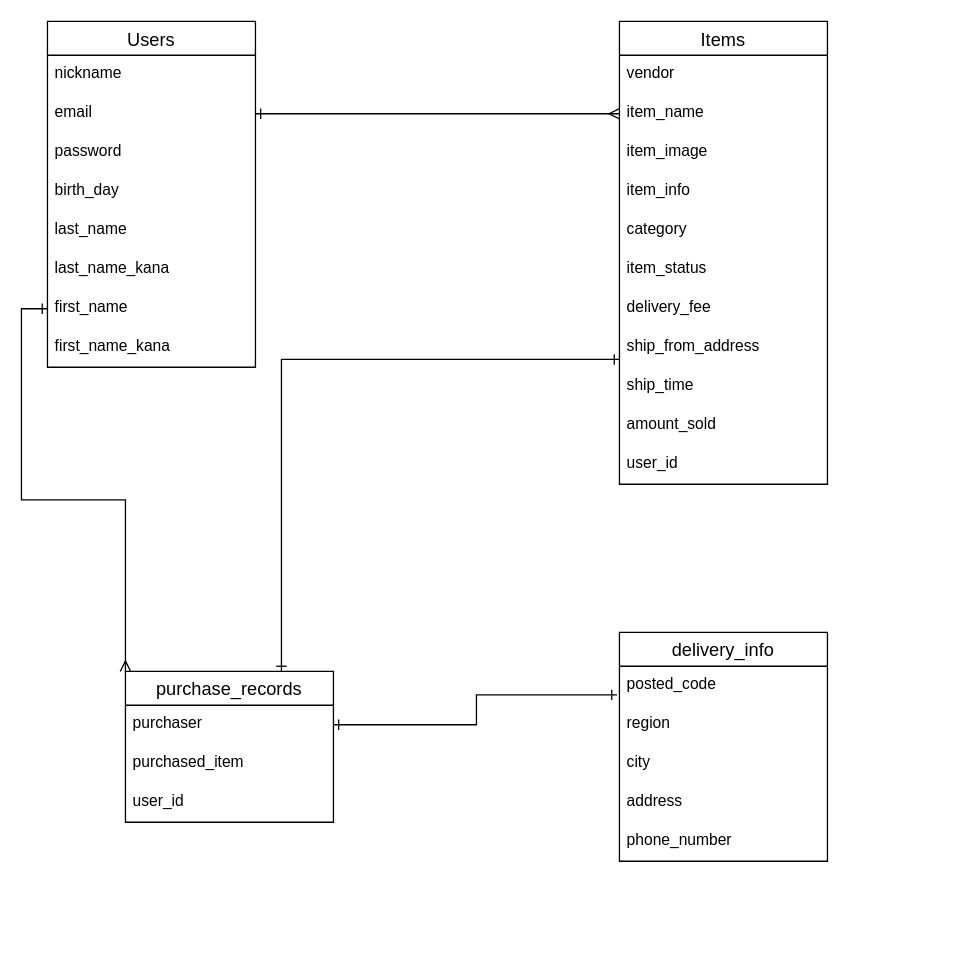
Before: test.dio in Shota-Kammera/furima-11111, a draw.io diagram. Source tidied: cells renumbered, new cells numbered last; positions are measured from the earlier drawing's top-left corner, leaving out a move shared by most shapes. Both pictures are drawn from the tidied source at 130%, with x=0, y=0 at pixel (47, 21).
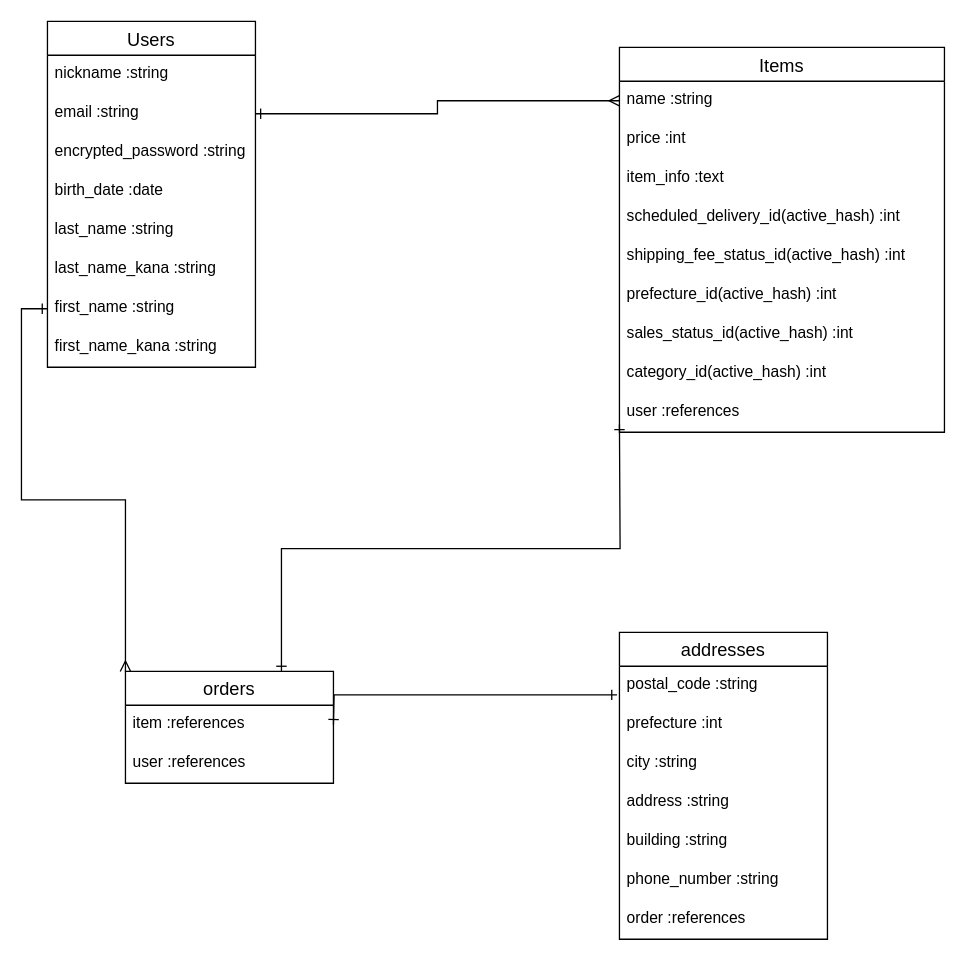
After the change.

Unchanged cells that the change refers to:
```xml
<mxCell id="2" value="Users" style="swimlane;fontStyle=0;horizontal=1;startSize=26;align=center;fontSize=14;" parent="1" vertex="1">
  <mxGeometry width="160" height="266" as="geometry" />
</mxCell>
```

Diff of the diagram source:
```diff
@@
-    <mxCell id="3" value="nickname" style="text;strokeColor=none;fillColor=none;spacingLeft=4;spacingRight=4;overflow=hidden;fontSize=12;" parent="2" vertex="1">
+    <mxCell id="3" value="nickname :string" style="text;strokeColor=none;fillColor=none;spacingLeft=4;spacingRight=4;overflow=hidden;fontSize=12;" parent="2" vertex="1">
       <mxGeometry y="26" width="160" height="30" as="geometry" />
     </mxCell>
-    <mxCell id="4" value="email" style="text;strokeColor=none;fillColor=none;spacingLeft=4;spacingRight=4;overflow=hidden;points=[[0,0.5],[1,0.5]];portConstraint=eastwest;fontSize=12;" parent="2" vertex="1">
+    <mxCell id="4" value="email :string" style="text;strokeColor=none;fillColor=none;spacingLeft=4;spacingRight=4;overflow=hidden;points=[[0,0.5],[1,0.5]];portConstraint=eastwest;fontSize=12;" parent="2" vertex="1">
       <mxGeometry y="56" width="160" height="30" as="geometry" />
     </mxCell>
-    <mxCell id="5" value="password" style="text;strokeColor=none;fillColor=none;spacingLeft=4;spacingRight=4;overflow=hidden;fontSize=12;" parent="2" vertex="1">
+    <mxCell id="5" value="encrypted_password :string" style="text;strokeColor=none;fillColor=none;spacingLeft=4;spacingRight=4;overflow=hidden;fontSize=12;" parent="2" vertex="1">
       <mxGeometry y="86" width="160" height="30" as="geometry" />
     </mxCell>
-    <mxCell id="6" value="birth_day&#10;" style="text;strokeColor=none;fillColor=none;spacingLeft=4;spacingRight=4;overflow=hidden;fontSize=12;" parent="2" vertex="1">
+    <mxCell id="6" value="birth_date :date&#10;" style="text;strokeColor=none;fillColor=none;spacingLeft=4;spacingRight=4;overflow=hidden;fontSize=12;" parent="2" vertex="1">
       <mxGeometry y="116" width="160" height="30" as="geometry" />
     </mxCell>
-    <mxCell id="7" value="last_name" style="text;strokeColor=none;fillColor=none;spacingLeft=4;spacingRight=4;overflow=hidden;fontSize=12;" parent="2" vertex="1">
+    <mxCell id="7" value="last_name :string" style="text;strokeColor=none;fillColor=none;spacingLeft=4;spacingRight=4;overflow=hidden;fontSize=12;" parent="2" vertex="1">
       <mxGeometry y="146" width="160" height="30" as="geometry" />
     </mxCell>
-    <mxCell id="8" value="last_name_kana" style="text;strokeColor=none;fillColor=none;spacingLeft=4;spacingRight=4;overflow=hidden;fontSize=12;" parent="2" vertex="1">
+    <mxCell id="8" value="last_name_kana :string" style="text;strokeColor=none;fillColor=none;spacingLeft=4;spacingRight=4;overflow=hidden;fontSize=12;" parent="2" vertex="1">
       <mxGeometry y="176" width="160" height="30" as="geometry" />
     </mxCell>
-    <mxCell id="9" value="first_name&#10;" style="text;strokeColor=none;fillColor=none;spacingLeft=4;spacingRight=4;overflow=hidden;points=[[0,0.5],[1,0.5]];portConstraint=eastwest;fontSize=12;" parent="2" vertex="1">
+    <mxCell id="9" value="first_name :string&#10;" style="text;strokeColor=none;fillColor=none;spacingLeft=4;spacingRight=4;overflow=hidden;points=[[0,0.5],[1,0.5]];portConstraint=eastwest;fontSize=12;" parent="2" vertex="1">
       <mxGeometry y="206" width="160" height="30" as="geometry" />
     </mxCell>
-    <mxCell id="10" value="first_name_kana&#10;&#10;" style="text;strokeColor=none;fillColor=none;spacingLeft=4;spacingRight=4;overflow=hidden;fontSize=12;" parent="2" vertex="1">
+    <mxCell id="10" value="first_name_kana :string&#10;&#10;" style="text;strokeColor=none;fillColor=none;spacingLeft=4;spacingRight=4;overflow=hidden;fontSize=12;" parent="2" vertex="1">
       <mxGeometry y="236" width="160" height="30" as="geometry" />
     </mxCell>
     <mxCell id="11" value="Items" style="swimlane;fontStyle=0;horizontal=1;startSize=26;align=center;fontSize=14;" parent="1" vertex="1">
-      <mxGeometry x="440" width="160" height="356" as="geometry" />
+      <mxGeometry x="440" y="20" width="250" height="296" as="geometry" />
     </mxCell>
-    <mxCell id="12" value="vendor" style="text;strokeColor=none;fillColor=none;spacingLeft=4;spacingRight=4;overflow=hidden;fontSize=12;" parent="11" vertex="1">
-      <mxGeometry y="26" width="160" height="30" as="geometry" />
-    </mxCell>
-    <mxCell id="13" value="item_name" style="text;strokeColor=none;fillColor=none;spacingLeft=4;spacingRight=4;overflow=hidden;points=[[0,0.5],[1,0.5]];portConstraint=eastwest;fontSize=12;" parent="11" vertex="1">
-      <mxGeometry y="56" width="160" height="30" as="geometry" />
+    <mxCell id="13" value="name :string" style="text;strokeColor=none;fillColor=none;spacingLeft=4;spacingRight=4;overflow=hidden;points=[[0,0.5],[1,0.5]];portConstraint=eastwest;fontSize=12;" parent="11" vertex="1">
+      <mxGeometry y="26" width="250" height="30" as="geometry" />
     </mxCell>
-    <mxCell id="14" value="item_image" style="text;strokeColor=none;fillColor=none;spacingLeft=4;spacingRight=4;overflow=hidden;fontSize=12;" parent="11" vertex="1">
-      <mxGeometry y="86" width="160" height="30" as="geometry" />
-    </mxCell>
+    <mxCell id="37" value="price :int" style="text;strokeColor=none;fillColor=none;spacingLeft=4;spacingRight=4;overflow=hidden;fontSize=12;" parent="11" vertex="1">
+      <mxGeometry y="56" width="250" height="30" as="geometry" />
+    </mxCell>
-    <mxCell id="15" value="item_info" style="text;strokeColor=none;fillColor=none;spacingLeft=4;spacingRight=4;overflow=hidden;fontSize=12;" parent="11" vertex="1">
-      <mxGeometry y="116" width="160" height="30" as="geometry" />
+    <mxCell id="15" value="item_info :text" style="text;strokeColor=none;fillColor=none;spacingLeft=4;spacingRight=4;overflow=hidden;fontSize=12;" parent="11" vertex="1">
+      <mxGeometry y="86" width="250" height="30" as="geometry" />
     </mxCell>
+    <mxCell id="38" value="scheduled_delivery_id(active_hash) :int" style="text;strokeColor=none;fillColor=none;spacingLeft=4;spacingRight=4;overflow=hidden;fontSize=12;" parent="11" vertex="1">
+      <mxGeometry y="116" width="250" height="30" as="geometry" />
+    </mxCell>
+    <mxCell id="20" value="shipping_fee_status_id(active_hash) :int&#10;" style="text;strokeColor=none;fillColor=none;spacingLeft=4;spacingRight=4;overflow=hidden;fontSize=12;" parent="11" vertex="1">
+      <mxGeometry y="146" width="250" height="30" as="geometry" />
+    </mxCell>
-    <mxCell id="16" value="category" style="text;strokeColor=none;fillColor=none;spacingLeft=4;spacingRight=4;overflow=hidden;fontSize=12;" parent="11" vertex="1">
-      <mxGeometry y="146" width="160" height="30" as="geometry" />
+    <mxCell id="16" value="prefecture_id(active_hash) :int" style="text;strokeColor=none;fillColor=none;spacingLeft=4;spacingRight=4;overflow=hidden;fontSize=12;" parent="11" vertex="1">
+      <mxGeometry y="176" width="250" height="30" as="geometry" />
     </mxCell>
-    <mxCell id="17" value="item_status&#10;" style="text;strokeColor=none;fillColor=none;spacingLeft=4;spacingRight=4;overflow=hidden;fontSize=12;" parent="11" vertex="1">
-      <mxGeometry y="176" width="160" height="30" as="geometry" />
+    <mxCell id="17" value="sales_status_id(active_hash) :int" style="text;strokeColor=none;fillColor=none;spacingLeft=4;spacingRight=4;overflow=hidden;fontSize=12;" parent="11" vertex="1">
+      <mxGeometry y="206" width="250" height="30" as="geometry" />
     </mxCell>
-    <mxCell id="18" value="delivery_fee" style="text;strokeColor=none;fillColor=none;spacingLeft=4;spacingRight=4;overflow=hidden;fontSize=12;" parent="11" vertex="1">
-      <mxGeometry y="206" width="160" height="30" as="geometry" />
+    <mxCell id="18" value="category_id(active_hash) :int" style="text;strokeColor=none;fillColor=none;spacingLeft=4;spacingRight=4;overflow=hidden;fontSize=12;" parent="11" vertex="1">
+      <mxGeometry y="236" width="250" height="30" as="geometry" />
     </mxCell>
-    <mxCell id="19" value="ship_from_address" style="text;strokeColor=none;fillColor=none;spacingLeft=4;spacingRight=4;overflow=hidden;points=[[0,0.5],[1,0.5]];portConstraint=eastwest;fontSize=12;" parent="11" vertex="1">
-      <mxGeometry y="236" width="160" height="30" as="geometry" />
-    </mxCell>
-    <mxCell id="20" value="ship_time&#10;" style="text;strokeColor=none;fillColor=none;spacingLeft=4;spacingRight=4;overflow=hidden;fontSize=12;" parent="11" vertex="1">
-      <mxGeometry y="266" width="160" height="30" as="geometry" />
-    </mxCell>
-    <mxCell id="21" value="amount_sold" style="text;strokeColor=none;fillColor=none;spacingLeft=4;spacingRight=4;overflow=hidden;fontSize=12;" parent="11" vertex="1">
-      <mxGeometry y="296" width="160" height="30" as="geometry" />
-    </mxCell>
-    <mxCell id="22" value="user_id&#10;" style="text;strokeColor=none;fillColor=none;spacingLeft=4;spacingRight=4;overflow=hidden;fontSize=12;" parent="11" vertex="1">
-      <mxGeometry y="326" width="160" height="30" as="geometry" />
+    <mxCell id="22" value="user :references&#10;&#10;" style="text;strokeColor=none;fillColor=none;spacingLeft=4;spacingRight=4;overflow=hidden;fontSize=12;" parent="11" vertex="1">
+      <mxGeometry y="266" width="250" height="30" as="geometry" />
     </mxCell>
@@
-    <mxCell id="24" style="edgeStyle=orthogonalEdgeStyle;rounded=0;jettySize=auto;html=1;exitX=0.75;exitY=0;exitDx=0;exitDy=0;entryX=0;entryY=0.8;entryDx=0;entryDy=0;entryPerimeter=0;startArrow=ERone;startFill=0;endArrow=ERone;endFill=0;" parent="1" edge="1" source="26" target="19">
-      <mxGeometry relative="1" as="geometry" />
+    <mxCell id="24" style="edgeStyle=orthogonalEdgeStyle;rounded=0;jettySize=auto;html=1;exitX=0.75;exitY=0;exitDx=0;exitDy=0;entryX=0;entryY=0.8;entryDx=0;entryDy=0;entryPerimeter=0;startArrow=ERone;startFill=0;endArrow=ERone;endFill=0;" parent="1" edge="1" source="26">
+      <mxGeometry relative="1" as="geometry">
+        <mxPoint x="440" y="310" as="targetPoint" />
+      </mxGeometry>
     </mxCell>
@@
-    <mxCell id="26" value="purchase_records" style="swimlane;fontStyle=0;horizontal=1;startSize=26;align=center;fontSize=14;" parent="1" vertex="1">
-      <mxGeometry x="60" y="500" width="160" height="116" as="geometry" />
+    <mxCell id="26" value="orders" style="swimlane;fontStyle=0;horizontal=1;startSize=26;align=center;fontSize=14;" parent="1" vertex="1">
+      <mxGeometry x="60" y="500" width="160" height="86" as="geometry" />
     </mxCell>
-    <mxCell id="27" value="purchaser" style="text;strokeColor=none;fillColor=none;spacingLeft=4;spacingRight=4;overflow=hidden;points=[[0,0.5],[1,0.5]];portConstraint=eastwest;fontSize=12;" parent="26" vertex="1">
-      <mxGeometry y="26" width="160" height="30" as="geometry" />
-    </mxCell>
-    <mxCell id="28" value="purchased_item" style="text;strokeColor=none;fillColor=none;spacingLeft=4;spacingRight=4;overflow=hidden;fontSize=12;" parent="26" vertex="1">
-      <mxGeometry y="56" width="160" height="30" as="geometry" />
+    <mxCell id="28" value="item :references" style="text;strokeColor=none;fillColor=none;spacingLeft=4;spacingRight=4;overflow=hidden;fontSize=12;" parent="26" vertex="1">
+      <mxGeometry y="26" width="160" height="30" as="geometry" />
     </mxCell>
-    <mxCell id="29" value="user_id" style="text;strokeColor=none;fillColor=none;spacingLeft=4;spacingRight=4;overflow=hidden;fontSize=12;" parent="26" vertex="1">
-      <mxGeometry y="86" width="160" height="30" as="geometry" />
+    <mxCell id="29" value="user :references" style="text;strokeColor=none;fillColor=none;spacingLeft=4;spacingRight=4;overflow=hidden;fontSize=12;" parent="26" vertex="1">
+      <mxGeometry y="56" width="160" height="30" as="geometry" />
     </mxCell>
-    <mxCell id="30" value="delivery_info" style="swimlane;fontStyle=0;horizontal=1;startSize=26;align=center;fontSize=14;" parent="1" vertex="1">
-      <mxGeometry x="440" y="470" width="160" height="176" as="geometry" />
+    <mxCell id="30" value="addresses" style="swimlane;fontStyle=0;horizontal=1;startSize=26;align=center;fontSize=14;" parent="1" vertex="1">
+      <mxGeometry x="440" y="470" width="160" height="236" as="geometry" />
     </mxCell>
-    <mxCell id="31" value="posted_code&#10;" style="text;strokeColor=none;fillColor=none;spacingLeft=4;spacingRight=4;overflow=hidden;points=[[0,0.5],[1,0.5]];portConstraint=eastwest;fontSize=12;" parent="30" vertex="1">
+    <mxCell id="31" value="postal_code :string" style="text;strokeColor=none;fillColor=none;spacingLeft=4;spacingRight=4;overflow=hidden;points=[[0,0.5],[1,0.5]];portConstraint=eastwest;fontSize=12;" parent="30" vertex="1">
       <mxGeometry y="26" width="160" height="30" as="geometry" />
     </mxCell>
-    <mxCell id="32" value="region" style="text;strokeColor=none;fillColor=none;spacingLeft=4;spacingRight=4;overflow=hidden;fontSize=12;" parent="30" vertex="1">
+    <mxCell id="32" value="prefecture :int" style="text;strokeColor=none;fillColor=none;spacingLeft=4;spacingRight=4;overflow=hidden;fontSize=12;" parent="30" vertex="1">
       <mxGeometry y="56" width="160" height="30" as="geometry" />
     </mxCell>
-    <mxCell id="33" value="city" style="text;strokeColor=none;fillColor=none;spacingLeft=4;spacingRight=4;overflow=hidden;fontSize=12;" parent="30" vertex="1">
+    <mxCell id="33" value="city :string" style="text;strokeColor=none;fillColor=none;spacingLeft=4;spacingRight=4;overflow=hidden;fontSize=12;" parent="30" vertex="1">
       <mxGeometry y="86" width="160" height="30" as="geometry" />
     </mxCell>
-    <mxCell id="34" value="address" style="text;strokeColor=none;fillColor=none;spacingLeft=4;spacingRight=4;overflow=hidden;fontSize=12;" parent="30" vertex="1">
+    <mxCell id="34" value="address :string" style="text;strokeColor=none;fillColor=none;spacingLeft=4;spacingRight=4;overflow=hidden;fontSize=12;" parent="30" vertex="1">
       <mxGeometry y="116" width="160" height="30" as="geometry" />
     </mxCell>
+    <mxCell id="39" value="building :string" style="text;strokeColor=none;fillColor=none;spacingLeft=4;spacingRight=4;overflow=hidden;fontSize=12;" parent="30" vertex="1">
+      <mxGeometry y="146" width="160" height="30" as="geometry" />
+    </mxCell>
-    <mxCell id="35" value="phone_number&#10;" style="text;strokeColor=none;fillColor=none;spacingLeft=4;spacingRight=4;overflow=hidden;fontSize=12;" parent="30" vertex="1">
-      <mxGeometry y="146" width="160" height="30" as="geometry" />
+    <mxCell id="35" value="phone_number :string&#10;" style="text;strokeColor=none;fillColor=none;spacingLeft=4;spacingRight=4;overflow=hidden;fontSize=12;" parent="30" vertex="1">
+      <mxGeometry y="176" width="160" height="30" as="geometry" />
     </mxCell>
+    <mxCell id="40" value="order :references" style="text;strokeColor=none;fillColor=none;spacingLeft=4;spacingRight=4;overflow=hidden;fontSize=12;" parent="30" vertex="1">
+      <mxGeometry y="206" width="160" height="30" as="geometry" />
+    </mxCell>
-    <mxCell id="36" style="edgeStyle=orthogonalEdgeStyle;rounded=0;jettySize=auto;html=1;exitX=1;exitY=0.5;exitDx=0;exitDy=0;entryX=-0.012;entryY=0.733;entryDx=0;entryDy=0;entryPerimeter=0;startArrow=ERone;startFill=0;endArrow=ERone;endFill=0;" parent="1" edge="1" source="27" target="31">
-      <mxGeometry relative="1" as="geometry" />
+    <mxCell id="36" style="edgeStyle=orthogonalEdgeStyle;rounded=0;jettySize=auto;html=1;exitX=1;exitY=0.5;exitDx=0;exitDy=0;entryX=-0.012;entryY=0.733;entryDx=0;entryDy=0;entryPerimeter=0;startArrow=ERone;startFill=0;endArrow=ERone;endFill=0;" parent="1" edge="1" target="31">
+      <mxGeometry relative="1" as="geometry">
+        <mxPoint x="220" y="541" as="sourcePoint" />
+      </mxGeometry>
     </mxCell>
```
